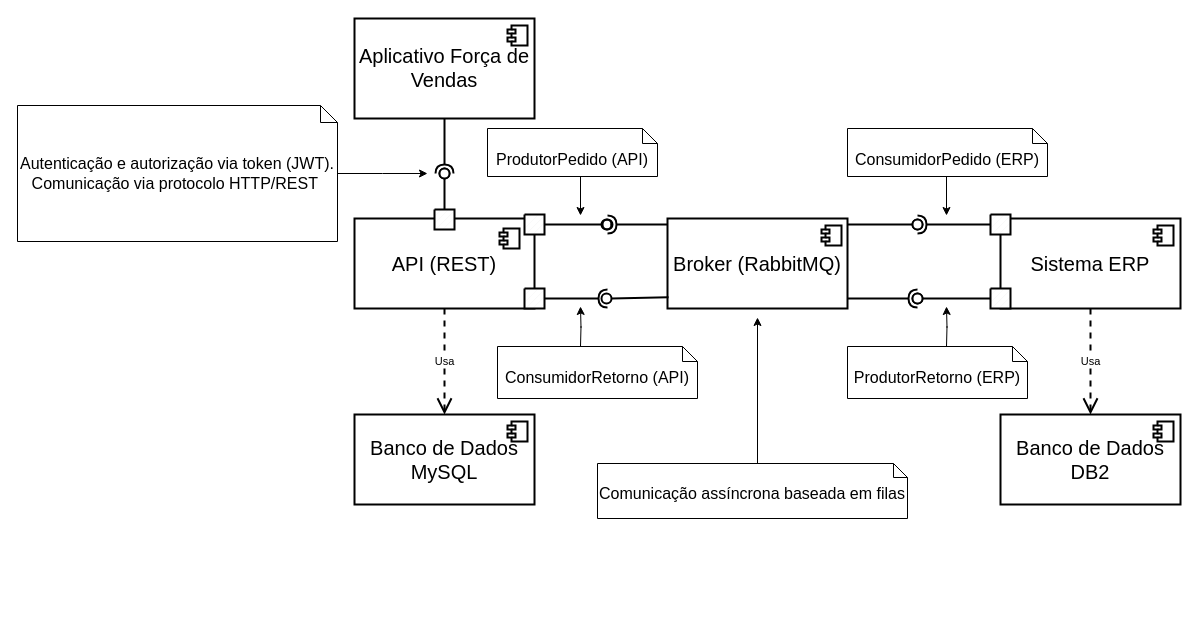
Before: tcc-final/artefatos/diagramas/DiagramaComponente.drawio in RicarlosJunior/TCC-MBA-Engenharia-Software-USP-Esalq, a draw.io diagram. Source tidied: cells renumbered, new cells numbered last; positions are measured from the earlier drawing's top-left corner, leaving out a move shared by most shapes. Both pictures are drawn from the tidied source at 100%, with x=0, y=0 at pixel (17, 18).
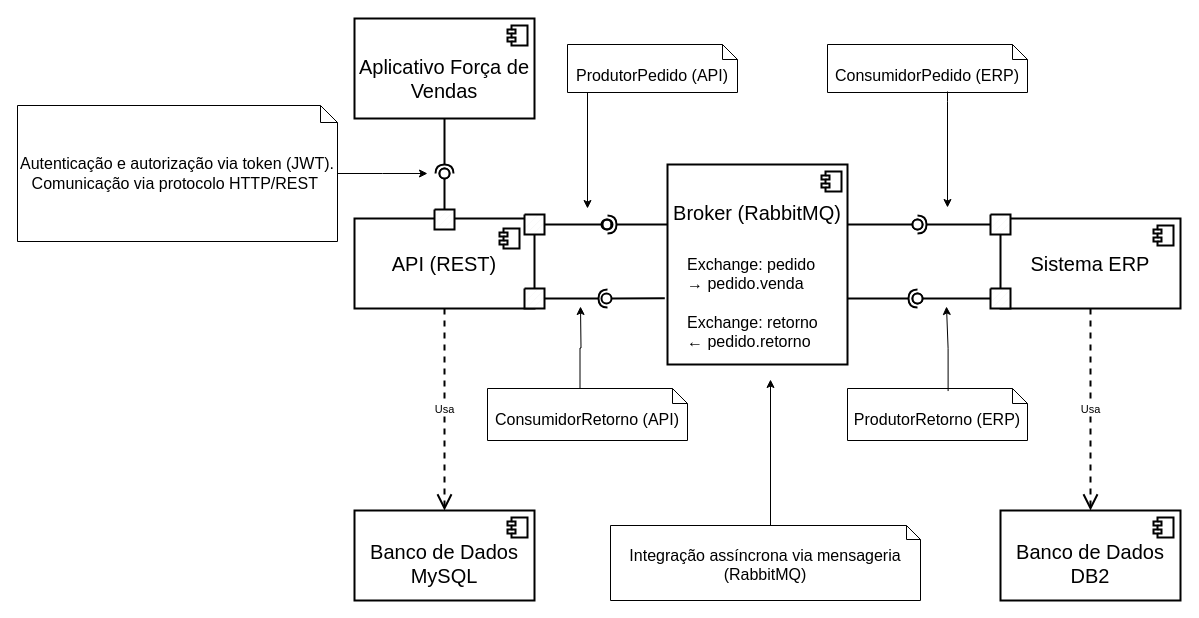
Above is the later version.

Diff of the diagram source:
```diff
@@
-    <mxCell id="2" value="Aplicativo Força de Vendas&lt;div&gt;&lt;br&gt;&lt;/div&gt;" style="html=1;whiteSpace=wrap;strokeWidth=2;fontStyle=0;fontSize=20;verticalAlign=bottom;" parent="1" vertex="1">
+    <mxCell id="2" value="Aplicativo Força de Vendas&lt;div&gt;&lt;br&gt;&lt;/div&gt;" style="html=1;whiteSpace=wrap;strokeWidth=2;fontStyle=0;fontSize=20;verticalAlign=top;spacingTop=30;" parent="1" vertex="1">
       <mxGeometry x="337" width="180" height="100" as="geometry" />
     </mxCell>
@@
-    <mxCell id="9" value="&lt;div&gt;Broker (RabbitMQ)&lt;/div&gt;" style="html=1;whiteSpace=wrap;strokeWidth=2;fontStyle=0;fontSize=20;" parent="1" vertex="1">
-      <mxGeometry x="650" y="200" width="180" height="90" as="geometry" />
+    <mxCell id="9" value="Broker (RabbitMQ)" style="whiteSpace=wrap;strokeWidth=2;fontStyle=0;fontSize=20;verticalAlign=top;horizontal=1;labelPosition=center;verticalLabelPosition=middle;align=center;spacingTop=30;" parent="1" vertex="1">
+      <mxGeometry x="650" y="146" width="180" height="200" as="geometry" />
     </mxCell>
@@
-    <mxCell id="14" style="rounded=0;jettySize=auto;html=1;endArrow=oval;endFill=0;sketch=0;sourcePerimeterSpacing=0;targetPerimeterSpacing=0;endSize=10;strokeWidth=2;fontStyle=0;fontColor=light-dark(#000000,#000000);exitX=0.006;exitY=0.874;exitDx=0;exitDy=0;exitPerimeter=0;" parent="1" edge="1" source="9">
+    <mxCell id="14" style="rounded=0;jettySize=auto;html=1;endArrow=oval;endFill=0;sketch=0;sourcePerimeterSpacing=0;targetPerimeterSpacing=0;endSize=10;strokeWidth=2;fontStyle=0;fontColor=light-dark(#000000,#000000);exitX=-0.015;exitY=0.669;exitDx=0;exitDy=0;exitPerimeter=0;" parent="1" edge="1" source="9">
       <mxGeometry relative="1" as="geometry">
         <mxPoint x="589" y="280" as="targetPoint" />
       </mxGeometry>
     </mxCell>
@@
-    <mxCell id="23" value="&lt;div&gt;Banco de Dados MySQL&lt;/div&gt;" style="html=1;whiteSpace=wrap;strokeWidth=2;fontStyle=0;fontSize=20;verticalAlign=middle;" parent="1" vertex="1">
-      <mxGeometry x="337" y="396" width="180" height="90" as="geometry" />
+    <mxCell id="23" value="&lt;div&gt;Banco de Dados MySQL&lt;/div&gt;" style="html=1;whiteSpace=wrap;strokeWidth=2;fontStyle=0;fontSize=20;verticalAlign=middle;spacingTop=15;" parent="1" vertex="1">
+      <mxGeometry x="337" y="492" width="180" height="90" as="geometry" />
     </mxCell>
@@
-    <mxCell id="26" value="&lt;div&gt;Banco de Dados DB2&lt;/div&gt;" style="html=1;whiteSpace=wrap;strokeWidth=2;fontStyle=0;fontSize=20;" parent="1" vertex="1">
-      <mxGeometry x="983" y="396" width="180" height="90" as="geometry" />
+    <mxCell id="26" value="&lt;div&gt;Banco de Dados DB2&lt;/div&gt;" style="html=1;whiteSpace=wrap;strokeWidth=2;fontStyle=0;fontSize=20;spacingTop=15;" parent="1" vertex="1">
+      <mxGeometry x="983" y="492" width="180" height="90" as="geometry" />
     </mxCell>
@@
+    <mxCell id="50" style="edgeStyle=orthogonalEdgeStyle;rounded=0;orthogonalLoop=1;jettySize=auto;html=1;" parent="1" edge="1">
+      <mxGeometry relative="1" as="geometry">
+        <mxPoint x="570" y="74" as="sourcePoint" />
+        <mxPoint x="570" y="190" as="targetPoint" />
+      </mxGeometry>
+    </mxCell>
     <mxCell id="38" value="ProdutorPedido (API)&lt;div&gt;&lt;br&gt;&lt;/div&gt;" style="shape=note2;boundedLbl=1;whiteSpace=wrap;html=1;size=15;verticalAlign=top;align=center;fontSize=16;strokeWidth=1;" parent="1" vertex="1">
-      <mxGeometry x="470" y="110" width="170" height="48" as="geometry" />
+      <mxGeometry x="550" y="26" width="170" height="48" as="geometry" />
     </mxCell>
     <mxCell id="39" value="ConsumidorRetorno (API)&lt;div&gt;&lt;br&gt;&lt;/div&gt;&lt;div&gt;&lt;br&gt;&lt;div&gt;&lt;br&gt;&lt;/div&gt;&lt;/div&gt;" style="shape=note2;boundedLbl=1;whiteSpace=wrap;html=1;size=15;verticalAlign=top;align=center;fontSize=16;strokeWidth=1;" parent="1" vertex="1">
-      <mxGeometry x="480" y="328" width="200" height="52" as="geometry" />
+      <mxGeometry x="470" y="370" width="200" height="52" as="geometry" />
     </mxCell>
     <mxCell id="40" value="ConsumidorPedido (ERP)&lt;div&gt;&lt;br&gt;&lt;/div&gt;&lt;div&gt;&lt;br&gt;&lt;div&gt;&lt;br&gt;&lt;/div&gt;&lt;/div&gt;" style="shape=note2;boundedLbl=1;whiteSpace=wrap;html=1;size=15;verticalAlign=top;align=center;fontSize=16;strokeWidth=1;" parent="1" vertex="1">
-      <mxGeometry x="830" y="110" width="200" height="48" as="geometry" />
+      <mxGeometry x="810" y="26" width="200" height="48" as="geometry" />
     </mxCell>
     <mxCell id="41" value="ProdutorRetorno&amp;nbsp;&lt;span style=&quot;background-color: transparent; color: light-dark(rgb(0, 0, 0), rgb(255, 255, 255));&quot;&gt;(ERP)&lt;/span&gt;" style="shape=note2;boundedLbl=1;whiteSpace=wrap;html=1;size=15;verticalAlign=top;align=center;fontSize=16;strokeWidth=1;" parent="1" vertex="1">
-      <mxGeometry x="830" y="328" width="180" height="52" as="geometry" />
+      <mxGeometry x="830" y="370" width="180" height="52" as="geometry" />
     </mxCell>
@@
     <mxCell id="43" style="edgeStyle=orthogonalEdgeStyle;rounded=0;orthogonalLoop=1;jettySize=auto;html=1;entryX=0.5;entryY=1;entryDx=0;entryDy=0;" parent="1" edge="1">
       <mxGeometry relative="1" as="geometry">
-        <mxPoint x="740" y="449" as="sourcePoint" />
-        <mxPoint x="740" y="299" as="targetPoint" />
+        <mxPoint x="753" y="511" as="sourcePoint" />
+        <mxPoint x="753" y="361" as="targetPoint" />
       </mxGeometry>
     </mxCell>
-    <mxCell id="44" value="Comunicação assíncrona baseada em filas" style="shape=note2;boundedLbl=1;whiteSpace=wrap;html=1;size=14;verticalAlign=top;align=center;fontSize=16;strokeWidth=1;" parent="1" vertex="1">
-      <mxGeometry x="580" y="445" width="310" height="55" as="geometry" />
+    <mxCell id="44" value="Integração assíncrona via mensageria (RabbitMQ)" style="shape=note2;boundedLbl=1;whiteSpace=wrap;html=1;size=14;verticalAlign=top;align=center;fontSize=16;strokeWidth=1;" parent="1" vertex="1">
+      <mxGeometry x="593" y="507" width="310" height="75" as="geometry" />
     </mxCell>
@@
-    <mxCell id="46" style="edgeStyle=orthogonalEdgeStyle;rounded=0;orthogonalLoop=1;jettySize=auto;html=1;" parent="1" edge="1">
+    <mxCell id="46" style="edgeStyle=orthogonalEdgeStyle;rounded=0;jettySize=auto;html=1;exitX=0;exitY=0;exitDx=92.5;exitDy=0;exitPerimeter=0;" parent="1" edge="1" source="39">
       <mxGeometry relative="1" as="geometry">
-        <mxPoint x="563" y="328" as="sourcePoint" />
         <mxPoint x="563" y="288" as="targetPoint" />
       </mxGeometry>
     </mxCell>
-    <mxCell id="47" style="edgeStyle=orthogonalEdgeStyle;rounded=0;orthogonalLoop=1;jettySize=auto;html=1;" parent="1" edge="1">
-      <mxGeometry relative="1" as="geometry">
-        <mxPoint x="930" y="158" as="sourcePoint" />
-        <mxPoint x="929" y="197" as="targetPoint" />
-      </mxGeometry>
-    </mxCell>
-    <mxCell id="48" style="edgeStyle=orthogonalEdgeStyle;rounded=0;orthogonalLoop=1;jettySize=auto;html=1;" parent="1" edge="1">
-      <mxGeometry relative="1" as="geometry">
-        <mxPoint x="564" y="158" as="sourcePoint" />
-        <mxPoint x="563" y="197" as="targetPoint" />
-      </mxGeometry>
-    </mxCell>
-    <mxCell id="49" style="edgeStyle=orthogonalEdgeStyle;rounded=0;orthogonalLoop=1;jettySize=auto;html=1;" parent="1" edge="1">
+    <mxCell id="49" style="edgeStyle=orthogonalEdgeStyle;rounded=0;jettySize=auto;html=1;exitX=0.559;exitY=0.049;exitDx=0;exitDy=0;exitPerimeter=0;" parent="1" edge="1" source="41">
       <mxGeometry relative="1" as="geometry">
-        <mxPoint x="929" y="328" as="sourcePoint" />
         <mxPoint x="929" y="288" as="targetPoint" />
+        <Array as="points">
+          <mxPoint x="931" y="330" />
+          <mxPoint x="930" y="288" />
+        </Array>
       </mxGeometry>
     </mxCell>
+    <mxCell id="51" style="edgeStyle=orthogonalEdgeStyle;rounded=0;orthogonalLoop=1;jettySize=auto;html=1;" parent="1" edge="1">
+      <mxGeometry relative="1" as="geometry">
+        <mxPoint x="930" y="73" as="sourcePoint" />
+        <mxPoint x="930" y="189" as="targetPoint" />
+        <Array as="points">
+          <mxPoint x="930" y="83" />
+          <mxPoint x="930" y="83" />
+        </Array>
+      </mxGeometry>
+    </mxCell>
+    <mxCell id="52" value="&lt;span&gt;Exchange: pedido&lt;/span&gt;&lt;br&gt;&lt;span&gt;→ pedido.venda&lt;/span&gt;&lt;br&gt;&lt;br&gt;&lt;span&gt;Exchange: retorno&lt;/span&gt;&lt;br&gt;←&amp;nbsp;&lt;span&gt;pedido.retorno&lt;/span&gt;" style="text;whiteSpace=wrap;html=1;fontSize=16;align=left;" parent="1" vertex="1">
+      <mxGeometry x="668" y="230" width="150" height="100" as="geometry" />
+    </mxCell>
```
